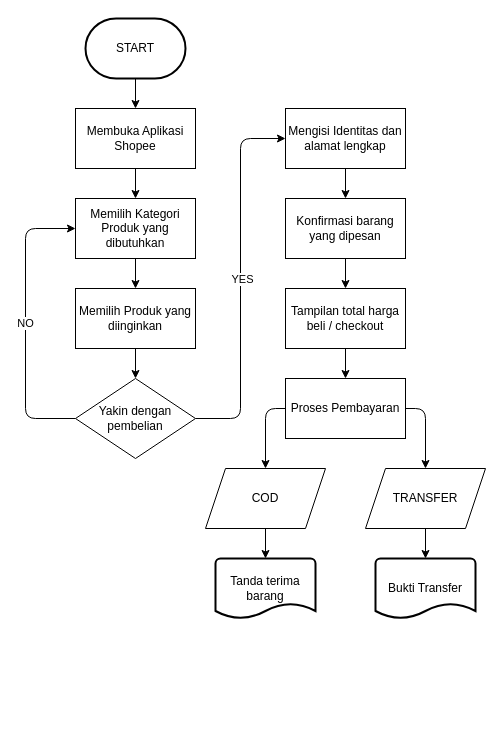
This is flowchart.drawio from AngelicaChristina/Angelica_Christina-Pembelian_Barang_Shopee, a draw.io file, before an edit. Source tidied: cells renumbered, new cells numbered last; positions are measured from the earlier drawing's top-left corner, leaving out a move shared by most shapes. Both pictures are drawn from the tidied source at 100%, with x=0, y=0 at pixel (25, 18).
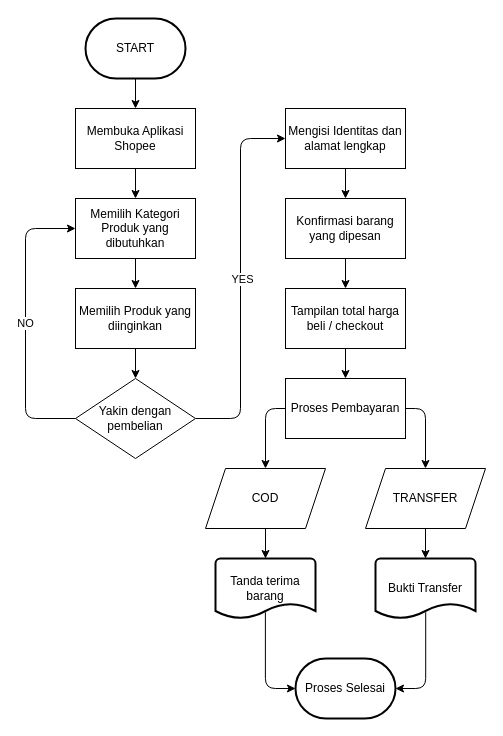
Above is the later version.

Commit message:
Flowchart Selesai

The change refers to these unchanged cells:
```xml
<mxCell id="27" value="Tanda terima barang" style="strokeWidth=2;html=1;shape=mxgraph.flowchart.document2;whiteSpace=wrap;size=0.25;" parent="1" vertex="1">
  <mxGeometry x="190" y="540" width="100" height="60" as="geometry" />
</mxCell>
<mxCell id="28" value="Bukti Transfer" style="strokeWidth=2;html=1;shape=mxgraph.flowchart.document2;whiteSpace=wrap;size=0.25;" parent="1" vertex="1">
  <mxGeometry x="350" y="540" width="100" height="60" as="geometry" />
</mxCell>
```

Change to the diagram source:
```diff
@@
+    <mxCell id="29" style="edgeStyle=orthogonalEdgeStyle;html=1;entryX=0;entryY=0.5;entryDx=0;entryDy=0;entryPerimeter=0;exitX=0.499;exitY=0.897;exitDx=0;exitDy=0;exitPerimeter=0;" parent="1" edge="1" source="27" target="31">
+      <mxGeometry relative="1" as="geometry" />
+    </mxCell>
@@
+    <mxCell id="30" style="edgeStyle=orthogonalEdgeStyle;html=1;entryX=1;entryY=0.5;entryDx=0;entryDy=0;entryPerimeter=0;exitX=0.502;exitY=0.897;exitDx=0;exitDy=0;exitPerimeter=0;" parent="1" edge="1" source="28" target="31">
+      <mxGeometry relative="1" as="geometry" />
+    </mxCell>
@@
+    <mxCell id="31" value="Proses Selesai" style="strokeWidth=2;html=1;shape=mxgraph.flowchart.terminator;whiteSpace=wrap;" parent="1" vertex="1">
+      <mxGeometry x="270" y="640" width="100" height="60" as="geometry" />
+    </mxCell>
```
